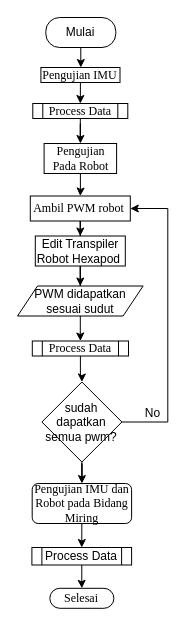
utamadonny/AHRS-MKF keeps this draw.io diagram as page "Page-1" (1 of 4) of Graph/flowchart_FIX.drawio. Above is the earlier version. Source tidied: cells renumbered, new cells numbered last; positions are measured from the earlier drawing's top-left corner, leaving out a move shared by most shapes. Both pictures are drawn from the tidied source at 100%, with x=0, y=0 at pixel (17, 17).
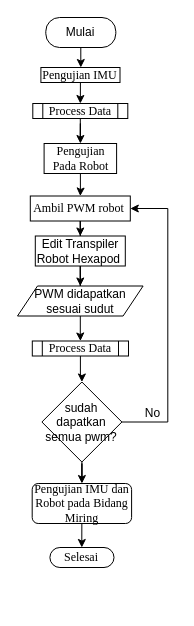
After the change.

The change refers to these unchanged cells:
```xml
<mxCell id="24" value="&lt;font face=&quot;Times New Roman&quot;&gt;Pengujian IMU dan Robot pada Bidang Miring&lt;/font&gt;" style="rounded=1;whiteSpace=wrap;html=1;arcSize=15;" parent="1" vertex="1">
  <mxGeometry x="14.7" y="466" width="99.4" height="40" as="geometry" />
</mxCell>
```

What changed in the source:
```diff
@@
     <mxCell id="18" value="&lt;font face=&quot;Times New Roman&quot;&gt;Selesai&lt;/font&gt;" style="whiteSpace=wrap;html=1;rounded=1;arcSize=50;" parent="1" vertex="1">
-      <mxGeometry x="32.3" y="570.8" width="64.1" height="20" as="geometry" />
+      <mxGeometry x="32.4" y="530" width="64.1" height="20" as="geometry" />
     </mxCell>
@@
-    <mxCell id="23" style="edgeStyle=none;html=1;" parent="1" edge="1" source="24" target="26">
-      <mxGeometry relative="1" as="geometry" />
+    <mxCell id="23" style="edgeStyle=none;html=1;" parent="1" edge="1" source="24">
+      <mxGeometry relative="1" as="geometry">
+        <mxPoint x="64.3" y="530" as="targetPoint" />
+      </mxGeometry>
     </mxCell>
@@
-    <mxCell id="25" style="edgeStyle=orthogonalEdgeStyle;rounded=0;jettySize=auto;html=1;" parent="1" edge="1" source="26" target="18">
-      <mxGeometry relative="1" as="geometry" />
-    </mxCell>
-    <mxCell id="26" value="Process Data" style="shape=process;whiteSpace=wrap;html=1;backgroundOutline=1;rounded=1;arcSize=0;" parent="1" vertex="1">
-      <mxGeometry x="14.4" y="530" width="99.7" height="17.5" as="geometry" />
-    </mxCell>
```
